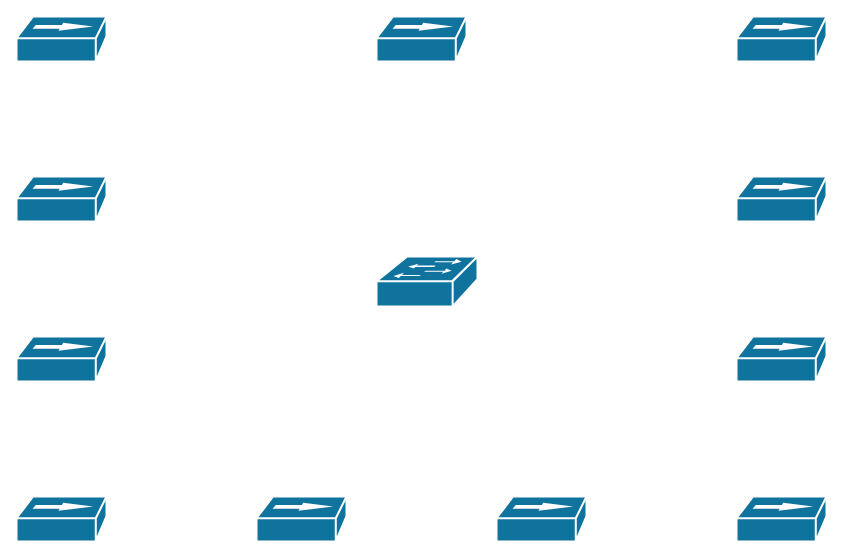
Earlier version of the draw.io diagram draw/Untitled Diagram3.drawio (joancefet/drawio). Source tidied: cells renumbered, new cells numbered last; positions are measured from the earlier drawing's top-left corner, leaving out a move shared by most shapes. Both pictures are drawn from the tidied source at 100%, with x=0, y=0 at pixel (16, 16).
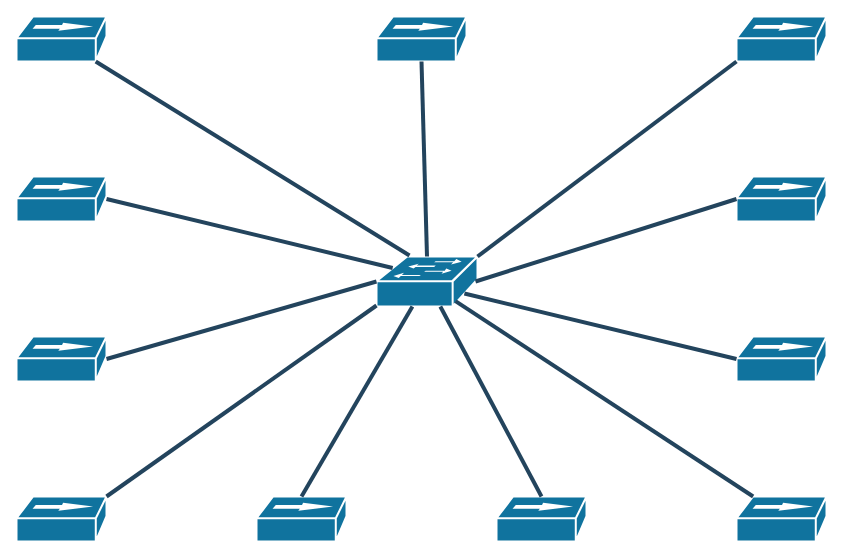
Above is the later version.

The change refers to these unchanged cells:
```xml
<mxCell id="2" style="shape=mxgraph.cisco.switches.workgroup_switch;html=1;dashed=0;fillColor=#10739E;strokeColor=#ffffff;strokeWidth=2;verticalLabelPosition=bottom;verticalAlign=top;fontFamily=Helvetica;fontSize=36;fontColor=#FFB366;" parent="1" vertex="1">
  <mxGeometry x="360" y="240" width="101" height="50" as="geometry" />
</mxCell>
<mxCell id="3" style="shape=mxgraph.cisco.hubs_and_gateways.100baset_hub;html=1;dashed=0;fillColor=#10739E;strokeColor=#ffffff;strokeWidth=2;verticalLabelPosition=bottom;verticalAlign=top;fontFamily=Helvetica;fontSize=36;fontColor=#FFB366;" parent="1" vertex="1">
  <mxGeometry x="720" y="480" width="90" height="45" as="geometry" />
</mxCell>
<mxCell id="4" style="shape=mxgraph.cisco.hubs_and_gateways.100baset_hub;html=1;dashed=0;fillColor=#10739E;strokeColor=#ffffff;strokeWidth=2;verticalLabelPosition=bottom;verticalAlign=top;fontFamily=Helvetica;fontSize=36;fontColor=#FFB366;" parent="1" vertex="1">
  <mxGeometry y="160" width="90" height="45" as="geometry" />
</mxCell>
<mxCell id="5" style="shape=mxgraph.cisco.hubs_and_gateways.100baset_hub;html=1;dashed=0;fillColor=#10739E;strokeColor=#ffffff;strokeWidth=2;verticalLabelPosition=bottom;verticalAlign=top;fontFamily=Helvetica;fontSize=36;fontColor=#FFB366;" parent="1" vertex="1">
  <mxGeometry x="720" y="160" width="90" height="45" as="geometry" />
</mxCell>
<mxCell id="6" style="shape=mxgraph.cisco.hubs_and_gateways.100baset_hub;html=1;dashed=0;fillColor=#10739E;strokeColor=#ffffff;strokeWidth=2;verticalLabelPosition=bottom;verticalAlign=top;fontFamily=Helvetica;fontSize=36;fontColor=#FFB366;" parent="1" vertex="1">
  <mxGeometry x="720" y="320" width="90" height="45" as="geometry" />
</mxCell>
<mxCell id="7" style="shape=mxgraph.cisco.hubs_and_gateways.100baset_hub;html=1;dashed=0;fillColor=#10739E;strokeColor=#ffffff;strokeWidth=2;verticalLabelPosition=bottom;verticalAlign=top;fontFamily=Helvetica;fontSize=36;fontColor=#FFB366;" parent="1" vertex="1">
  <mxGeometry y="480" width="90" height="45" as="geometry" />
</mxCell>
<mxCell id="8" style="shape=mxgraph.cisco.hubs_and_gateways.100baset_hub;html=1;dashed=0;fillColor=#10739E;strokeColor=#ffffff;strokeWidth=2;verticalLabelPosition=bottom;verticalAlign=top;fontFamily=Helvetica;fontSize=36;fontColor=#FFB366;" parent="1" vertex="1">
  <mxGeometry y="320" width="90" height="45" as="geometry" />
</mxCell>
<mxCell id="9" style="shape=mxgraph.cisco.hubs_and_gateways.100baset_hub;html=1;dashed=0;fillColor=#10739E;strokeColor=#ffffff;strokeWidth=2;verticalLabelPosition=bottom;verticalAlign=top;fontFamily=Helvetica;fontSize=36;fontColor=#FFB366;" parent="1" vertex="1">
  <mxGeometry width="90" height="45" as="geometry" />
</mxCell>
<mxCell id="10" style="shape=mxgraph.cisco.hubs_and_gateways.100baset_hub;html=1;dashed=0;fillColor=#10739E;strokeColor=#ffffff;strokeWidth=2;verticalLabelPosition=bottom;verticalAlign=top;fontFamily=Helvetica;fontSize=36;fontColor=#FFB366;" parent="1" vertex="1">
  <mxGeometry x="480" y="480" width="90" height="45" as="geometry" />
</mxCell>
<mxCell id="11" style="shape=mxgraph.cisco.hubs_and_gateways.100baset_hub;html=1;dashed=0;fillColor=#10739E;strokeColor=#ffffff;strokeWidth=2;verticalLabelPosition=bottom;verticalAlign=top;fontFamily=Helvetica;fontSize=36;fontColor=#FFB366;" parent="1" vertex="1">
  <mxGeometry x="240" y="480" width="90" height="45" as="geometry" />
</mxCell>
<mxCell id="12" style="shape=mxgraph.cisco.hubs_and_gateways.100baset_hub;html=1;dashed=0;fillColor=#10739E;strokeColor=#ffffff;strokeWidth=2;verticalLabelPosition=bottom;verticalAlign=top;fontFamily=Helvetica;fontSize=36;fontColor=#FFB366;" parent="1" vertex="1">
  <mxGeometry x="720" width="90" height="45" as="geometry" />
</mxCell>
<mxCell id="13" style="shape=mxgraph.cisco.hubs_and_gateways.100baset_hub;html=1;dashed=0;fillColor=#10739E;strokeColor=#ffffff;strokeWidth=2;verticalLabelPosition=bottom;verticalAlign=top;fontFamily=Helvetica;fontSize=36;fontColor=#FFB366;" parent="1" vertex="1">
  <mxGeometry x="360" width="90" height="45" as="geometry" />
</mxCell>
```

Diff of the diagram source:
```diff
@@
+    <mxCell id="14" style="endArrow=none;html=1;strokeColor=none;" parent="1" edge="1">
+      <mxGeometry relative="1" as="geometry">
+        <mxPoint x="400" y="290" as="sourcePoint" />
+        <mxPoint x="450" y="240" as="targetPoint" />
+      </mxGeometry>
+    </mxCell>
+    <mxCell id="15" style="shape=link;html=1;strokeColor=none;" parent="1" edge="1">
+      <mxGeometry relative="1" as="geometry">
+        <mxPoint x="370" y="260" as="sourcePoint" />
+        <mxPoint x="470" y="260" as="targetPoint" />
+      </mxGeometry>
+    </mxCell>
+    <mxCell id="16" style="edgeStyle=none;rounded=1;html=1;strokeColor=#23445D;endArrow=none;endFill=0;strokeWidth=4;exitX=0.5;exitY=1;exitDx=0;exitDy=0;exitPerimeter=0;entryX=0.5;entryY=0;entryDx=0;entryDy=0;entryPerimeter=0;" parent="1" edge="1" source="13" target="2">
+      <mxGeometry relative="1" as="geometry" />
+    </mxCell>
+    <mxCell id="17" style="edgeStyle=none;rounded=1;html=1;strokeColor=#23445D;endArrow=none;endFill=0;strokeWidth=4;exitX=1;exitY=0.5;exitDx=0;exitDy=0;exitPerimeter=0;entryX=0.16;entryY=0.23;entryDx=0;entryDy=0;entryPerimeter=0;" parent="1" edge="1" source="4" target="2">
+      <mxGeometry relative="1" as="geometry" />
+    </mxCell>
+    <mxCell id="18" style="edgeStyle=none;rounded=1;html=1;strokeColor=#23445D;endArrow=none;endFill=0;strokeWidth=4;entryX=0.5;entryY=0;entryDx=0;entryDy=0;entryPerimeter=0;" parent="1" edge="1" source="2" target="10">
+      <mxGeometry relative="1" as="geometry" />
+    </mxCell>
+    <mxCell id="19" style="edgeStyle=none;rounded=1;html=1;strokeColor=#23445D;endArrow=none;endFill=0;strokeWidth=4;entryX=0.5;entryY=0;entryDx=0;entryDy=0;entryPerimeter=0;" parent="1" edge="1" source="2" target="11">
+      <mxGeometry relative="1" as="geometry" />
+    </mxCell>
+    <mxCell id="20" style="edgeStyle=none;rounded=1;html=1;strokeColor=#23445D;endArrow=none;endFill=0;strokeWidth=4;exitX=1;exitY=0;exitDx=0;exitDy=0;exitPerimeter=0;entryX=0;entryY=0.98;entryDx=0;entryDy=0;entryPerimeter=0;" parent="1" edge="1" source="7" target="2">
+      <mxGeometry relative="1" as="geometry" />
+    </mxCell>
+    <mxCell id="21" style="edgeStyle=none;rounded=1;html=1;strokeColor=#23445D;endArrow=none;endFill=0;strokeWidth=4;exitX=1;exitY=0.5;exitDx=0;exitDy=0;exitPerimeter=0;entryX=0;entryY=0.5;entryDx=0;entryDy=0;entryPerimeter=0;" parent="1" edge="1" source="8" target="2">
+      <mxGeometry relative="1" as="geometry" />
+    </mxCell>
+    <mxCell id="22" style="edgeStyle=none;rounded=1;html=1;strokeColor=#23445D;endArrow=none;endFill=0;strokeWidth=4;exitX=0.88;exitY=1;exitDx=0;exitDy=0;exitPerimeter=0;" parent="1" edge="1" source="9">
+      <mxGeometry relative="1" as="geometry">
+        <mxPoint x="393" y="239" as="targetPoint" />
+      </mxGeometry>
+    </mxCell>
+    <mxCell id="23" style="edgeStyle=none;rounded=1;html=1;strokeColor=#23445D;endArrow=none;endFill=0;strokeWidth=4;exitX=0.782;exitY=0.891;exitDx=0;exitDy=0;exitPerimeter=0;entryX=0.185;entryY=0;entryDx=0;entryDy=0;entryPerimeter=0;" parent="1" edge="1" source="2" target="3">
+      <mxGeometry relative="1" as="geometry" />
+    </mxCell>
+    <mxCell id="24" style="edgeStyle=none;rounded=1;html=1;strokeColor=#23445D;endArrow=none;endFill=0;strokeWidth=4;exitX=0.87;exitY=0.74;exitDx=0;exitDy=0;exitPerimeter=0;entryX=0;entryY=0.5;entryDx=0;entryDy=0;entryPerimeter=0;" parent="1" edge="1" source="2" target="6">
+      <mxGeometry relative="1" as="geometry" />
+    </mxCell>
+    <mxCell id="25" style="edgeStyle=none;rounded=1;html=1;strokeColor=#23445D;endArrow=none;endFill=0;strokeWidth=4;exitX=0;exitY=0.5;exitDx=0;exitDy=0;exitPerimeter=0;entryX=0.98;entryY=0.5;entryDx=0;entryDy=0;entryPerimeter=0;" parent="1" edge="1" source="5" target="2">
+      <mxGeometry relative="1" as="geometry" />
+    </mxCell>
+    <mxCell id="26" style="edgeStyle=none;rounded=1;html=1;strokeColor=#23445D;endArrow=none;endFill=0;strokeWidth=4;exitX=0;exitY=1;exitDx=0;exitDy=0;exitPerimeter=0;entryX=1;entryY=0;entryDx=0;entryDy=0;entryPerimeter=0;" parent="1" edge="1" source="12" target="2">
+      <mxGeometry relative="1" as="geometry" />
+    </mxCell>
```
